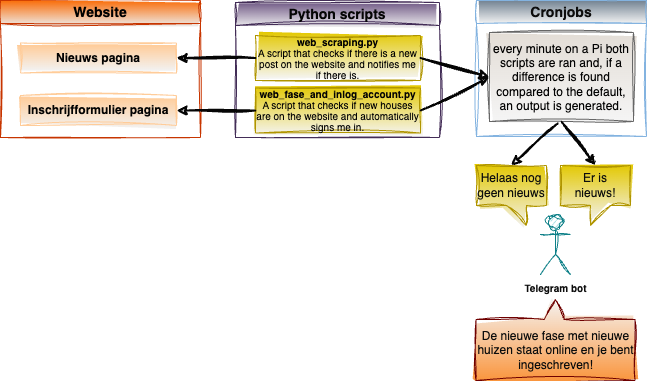
Above: img/setup.png in Nelleke20/service.housescraper (draw.io), before the change. Source tidied: cells renumbered, new cells last; positions are measured from the earlier drawing's top-left corner, leaving out a move shared by most shapes.
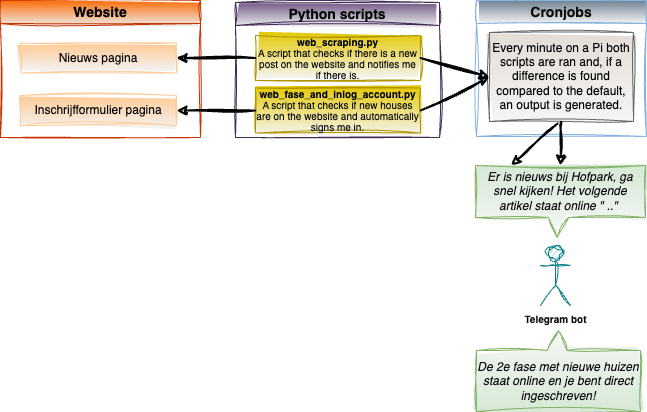
Later version of the same file.

The edit, as a diff of the source:
```diff
@@ -3,15 +3,15 @@
     <mxCell id="0" />
     <mxCell id="1" parent="0" />
     <mxCell id="2" value="&lt;font size=&quot;1&quot; style=&quot;&quot; color=&quot;#0d0d0d&quot;&gt;&lt;b style=&quot;&quot;&gt;Telegram bot&lt;/b&gt;&lt;/font&gt;" style="shape=umlActor;verticalLabelPosition=bottom;verticalAlign=top;html=1;fillColor=#b0e3e6;strokeColor=#0e8088;sketch=1;curveFitting=1;jiggle=2;gradientColor=none;" parent="1" vertex="1">
-      <mxGeometry x="540" y="214" width="30" height="60" as="geometry" />
+      <mxGeometry x="540" y="245" width="30" height="60" as="geometry" />
     </mxCell>
     <mxCell id="3" value="Website" style="swimlane;whiteSpace=wrap;html=1;fillColor=#fa6800;strokeColor=#C73500;sketch=1;curveFitting=1;jiggle=2;gradientDirection=south;swimlaneFillColor=none;fontColor=#000000;gradientColor=#EDEDED;startSize=23;fontSize=14;" parent="1" vertex="1">
       <mxGeometry width="200" height="137" as="geometry" />
     </mxCell>
-    <mxCell id="4" value="&lt;font color=&quot;#030303&quot; style=&quot;font-size: 12px;&quot;&gt;Inschrijfformulier pagina&lt;/font&gt;" style="rounded=0;whiteSpace=wrap;html=1;fillColor=#FFCC99;fontSize=12;fontStyle=1;sketch=1;curveFitting=1;jiggle=2;gradientColor=#F2F2F2;strokeColor=#FFCC99;" parent="3" vertex="1">
+    <mxCell id="4" value="&lt;font color=&quot;#030303&quot; style=&quot;font-size: 12px;&quot;&gt;Inschrijfformulier pagina&lt;/font&gt;" style="rounded=0;whiteSpace=wrap;html=1;fillColor=#FFCC99;fontSize=12;fontStyle=0;sketch=1;curveFitting=1;jiggle=2;gradientColor=#F2F2F2;strokeColor=#FFCC99;" parent="3" vertex="1">
       <mxGeometry x="20" y="95" width="156" height="30" as="geometry" />
     </mxCell>
-    <mxCell id="5" value="&lt;font color=&quot;#030303&quot; style=&quot;font-size: 12px;&quot;&gt;Nieuws pagina&lt;/font&gt;" style="rounded=0;whiteSpace=wrap;html=1;fillColor=#FFCC99;fontSize=12;fontStyle=1;sketch=1;curveFitting=1;jiggle=2;gradientColor=#F2F2F2;strokeColor=#FFCC99;" parent="3" vertex="1">
+    <mxCell id="5" value="&lt;font color=&quot;#030303&quot; style=&quot;font-size: 12px;&quot;&gt;Nieuws pagina&lt;/font&gt;" style="rounded=0;whiteSpace=wrap;html=1;fillColor=#FFCC99;fontSize=12;fontStyle=0;sketch=1;curveFitting=1;jiggle=2;gradientColor=#F2F2F2;strokeColor=#FFCC99;" parent="3" vertex="1">
       <mxGeometry x="20" y="42.5" width="156" height="30" as="geometry" />
     </mxCell>
     <mxCell id="6" value="&lt;font color=&quot;#050505&quot; style=&quot;font-size: 14px;&quot;&gt;Python scripts&lt;/font&gt;" style="swimlane;whiteSpace=wrap;html=1;fontColor=#ffffff;fillColor=#76608a;strokeColor=#432D57;sketch=1;curveFitting=1;jiggle=2;rounded=0;gradientColor=#F5F5F5;fontSize=14;" parent="1" vertex="1">
@@ -26,7 +26,7 @@
     <mxCell id="9" value="&lt;font color=&quot;#0d0d0d&quot; style=&quot;font-size: 14px;&quot;&gt;Cronjobs&lt;/font&gt;" style="swimlane;whiteSpace=wrap;html=1;fontColor=#ffffff;fillColor=#647687;strokeColor=#83B3E0;sketch=1;curveFitting=1;jiggle=2;gradientColor=#F5F5F5;fontSize=14;" parent="1" vertex="1">
       <mxGeometry x="476" width="170" height="136" as="geometry" />
     </mxCell>
-    <mxCell id="10" value="&lt;font color=&quot;#030303&quot; style=&quot;font-size: 12px;&quot;&gt;&lt;span style=&quot;font-size: 12px;&quot;&gt;every minute on a Pi both scripts are ran and, if a difference is found compared to the default, an output is generated.&lt;/span&gt;&lt;/font&gt;" style="rounded=0;whiteSpace=wrap;html=1;fillColor=#E3DDD6;strokeColor=#666666;fontStyle=0;sketch=1;curveFitting=1;jiggle=2;gradientColor=#F5F5F5;fontSize=12;" parent="9" vertex="1">
+    <mxCell id="10" value="&lt;font color=&quot;#030303&quot; style=&quot;font-size: 12px;&quot;&gt;&lt;span style=&quot;font-size: 12px;&quot;&gt;Every minute on a Pi both scripts are ran and, if a difference is found compared to the default, an output is generated.&lt;/span&gt;&lt;/font&gt;" style="rounded=0;whiteSpace=wrap;html=1;fillColor=#E3DDD6;strokeColor=#666666;fontStyle=0;sketch=1;curveFitting=1;jiggle=2;gradientColor=#F5F5F5;fontSize=12;" parent="9" vertex="1">
       <mxGeometry x="13" y="32" width="144" height="89" as="geometry" />
     </mxCell>
     <mxCell id="11" style="edgeStyle=none;html=1;strokeColor=#050505;strokeWidth=2;fontSize=10;fontColor=#5498F0;fillColor=#6d8764;sketch=1;curveFitting=1;jiggle=2;" parent="1" edge="1" source="7" target="5">
@@ -40,11 +40,8 @@
         <mxPoint x="510.5" y="165" as="targetPoint" />
       </mxGeometry>
     </mxCell>
-    <mxCell id="14" value="&lt;font color=&quot;#0c0d0d&quot; style=&quot;font-size: 12px;&quot;&gt;Helaas nog geen nieuws&lt;/font&gt;" style="shape=callout;whiteSpace=wrap;html=1;perimeter=calloutPerimeter;fontSize=12;fontColor=#000000;fillColor=#e3c800;position2=0.71;size=20;position=0.43;strokeColor=#B09500;sketch=1;curveFitting=1;jiggle=2;gradientColor=#F2F2F2;" parent="1" vertex="1">
-      <mxGeometry x="476" y="165" width="70" height="60" as="geometry" />
-    </mxCell>
-    <mxCell id="15" value="&lt;font color=&quot;#0c0d0d&quot; style=&quot;font-size: 12px;&quot;&gt;Er is nieuws!&lt;/font&gt;" style="shape=callout;whiteSpace=wrap;html=1;perimeter=calloutPerimeter;fontSize=12;fontColor=#000000;fillColor=#e3c800;position2=0.43;size=20;position=0.43;strokeColor=#B09500;sketch=1;curveFitting=1;jiggle=2;gradientColor=#F2F2F2;" parent="1" vertex="1">
-      <mxGeometry x="560" y="165" width="70" height="60" as="geometry" />
+    <mxCell id="15" value="&lt;font color=&quot;#0c0d0d&quot; style=&quot;font-size: 12px;&quot;&gt;Er is nieuws bij Hofpark, ga snel kijken! Het volgende artikel staat online &quot; ..&quot;&amp;nbsp;&lt;/font&gt;" style="shape=callout;whiteSpace=wrap;html=1;perimeter=calloutPerimeter;fontSize=12;fillColor=#d5e8d4;position2=0.48;size=20;position=0.43;strokeColor=#82b366;sketch=1;curveFitting=1;jiggle=2;gradientColor=#F7F7F7;fontStyle=2;" parent="1" vertex="1">
+      <mxGeometry x="475" y="165" width="170" height="72" as="geometry" />
     </mxCell>
     <mxCell id="16" style="edgeStyle=none;html=1;strokeColor=#050505;strokeWidth=2;fontSize=10;fontColor=#0c0d0d;fillColor=#6d8764;entryX=0;entryY=0.5;entryDx=0;entryDy=0;sketch=1;curveFitting=1;jiggle=2;exitX=1;exitY=0.5;exitDx=0;exitDy=0;" parent="1" edge="1" source="7" target="10">
       <mxGeometry relative="1" as="geometry" />
@@ -52,8 +49,8 @@
     <mxCell id="17" style="edgeStyle=none;shape=connector;rounded=1;html=1;entryX=0;entryY=0.5;entryDx=0;entryDy=0;labelBackgroundColor=default;strokeColor=#050505;strokeWidth=2;fontFamily=Helvetica;fontSize=10;fontColor=#0c0d0d;endArrow=classic;fillColor=#6d8764;sketch=1;curveFitting=1;jiggle=2;exitX=1;exitY=0.5;exitDx=0;exitDy=0;" parent="1" edge="1" source="8" target="10">
       <mxGeometry relative="1" as="geometry" />
     </mxCell>
-    <mxCell id="18" value="&lt;font style=&quot;font-size: 12px;&quot; color=&quot;#0c0d0d&quot;&gt;De nieuwe fase met nieuwe huizen staat online en je bent ingeschreven!&lt;/font&gt;" style="shape=callout;whiteSpace=wrap;html=1;perimeter=calloutPerimeter;fontSize=12;fontColor=#ffffff;fillColor=#FA9237;position2=0.5;size=20;position=0.43;strokeColor=#6F0000;direction=west;flipH=1;sketch=1;curveFitting=1;jiggle=2;gradientColor=#F5F5F5;" parent="1" vertex="1">
-      <mxGeometry x="475.5" y="299" width="159" height="81" as="geometry" />
+    <mxCell id="18" value="&lt;font style=&quot;font-size: 12px;&quot; color=&quot;#0c0d0d&quot;&gt;De 2e fase met nieuwe huizen staat online en je bent direct ingeschreven!&lt;/font&gt;" style="shape=callout;whiteSpace=wrap;html=1;perimeter=calloutPerimeter;fontSize=12;fillColor=#d5e8d4;position2=0.5;size=20;position=0.43;strokeColor=#82b366;direction=west;flipH=1;sketch=1;curveFitting=1;jiggle=2;gradientColor=#F7F7F7;fontStyle=2;" parent="1" vertex="1">
+      <mxGeometry x="476" y="330" width="164" height="81" as="geometry" />
     </mxCell>
     <mxCell id="19" style="edgeStyle=none;sketch=1;hachureGap=4;jiggle=2;curveFitting=1;html=1;entryX=0.5;entryY=0;entryDx=0;entryDy=0;entryPerimeter=0;strokeWidth=2;fontFamily=Helvetica;fontSource=https%3A%2F%2Ffonts.googleapis.com%2Fcss%3Ffamily%3DArchitects%2BDaughter;fontSize=10;fontColor=#5498F0;startSize=23;exitX=0.5;exitY=1;exitDx=0;exitDy=0;strokeColor=#050505;fillColor=#6d8764;" parent="1" edge="1" source="10" target="15">
       <mxGeometry relative="1" as="geometry" />
```
